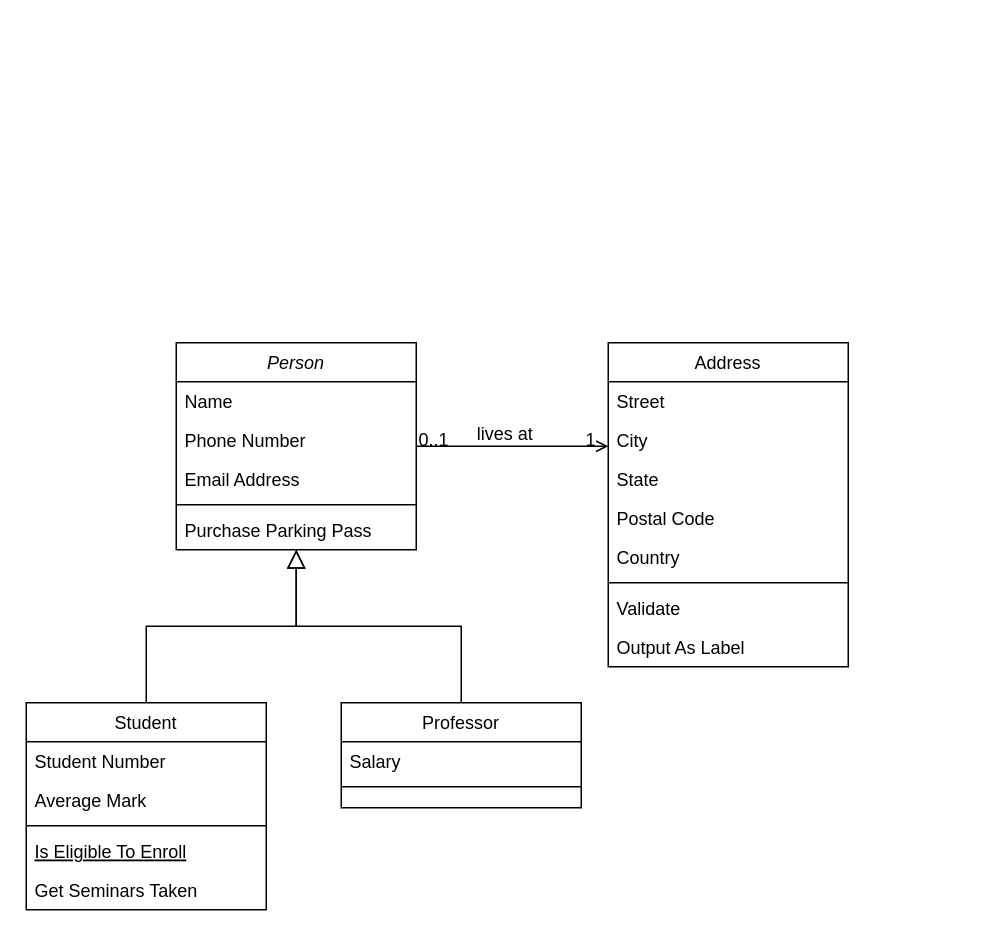
summertx/uml keeps this draw.io diagram as Untitled Diagram.drawio. Above is the earlier version. Source tidied: cells renumbered, new cells numbered last; positions are measured from the earlier drawing's top-left corner, leaving out a move shared by most shapes. Both pictures are drawn from the tidied source at 150%, with x=0, y=0 at pixel (26, 342).
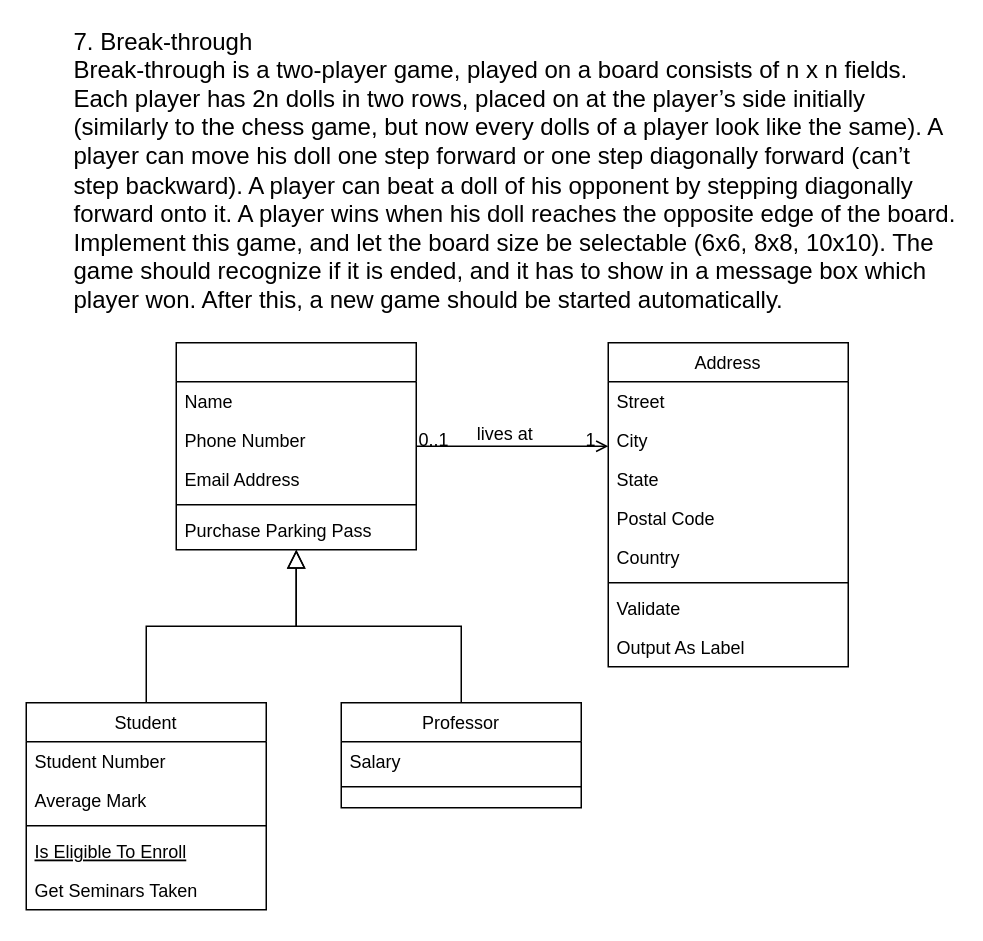
After the change.

What changed in the source:
```diff
@@
-    <mxCell id="2" value="Person" style="swimlane;fontStyle=2;align=center;verticalAlign=top;horizontal=1;startSize=26;rounded=0;shadow=0;strokeWidth=1;" parent="1" vertex="1">
+    <mxCell id="2" style="swimlane;fontStyle=2;align=center;verticalAlign=top;horizontal=1;startSize=26;rounded=0;shadow=0;strokeWidth=1;" parent="1" vertex="1">
       <mxGeometry x="100" width="160" height="138" as="geometry" />
     </mxCell>
@@
+    <mxCell id="32" value="7. Break-through &lt;br style=&quot;font-size: 16px;&quot;&gt;Break-through is a two-player game, played on a board consists of n x n fields. Each player has 2n dolls in two rows, placed on at the player’s side initially (similarly to the chess game, but now every dolls of a player look like the same). A player can move his doll one step forward or one step diagonally forward (can’t step backward). A player can beat a doll of his opponent by stepping diagonally forward onto it. A player wins when his doll reaches the opposite edge of the board. Implement this game, and let the board size be selectable (6x6, 8x8, 10x10). The game should recognize if it is ended, and it has to show in a message box which player won. After this, a new game should be started automatically." style="text;html=1;align=left;verticalAlign=middle;whiteSpace=wrap;rounded=0;fontSize=16;" parent="1" vertex="1">
+      <mxGeometry x="30" y="-210" width="590" height="190" as="geometry" />
+    </mxCell>
```
